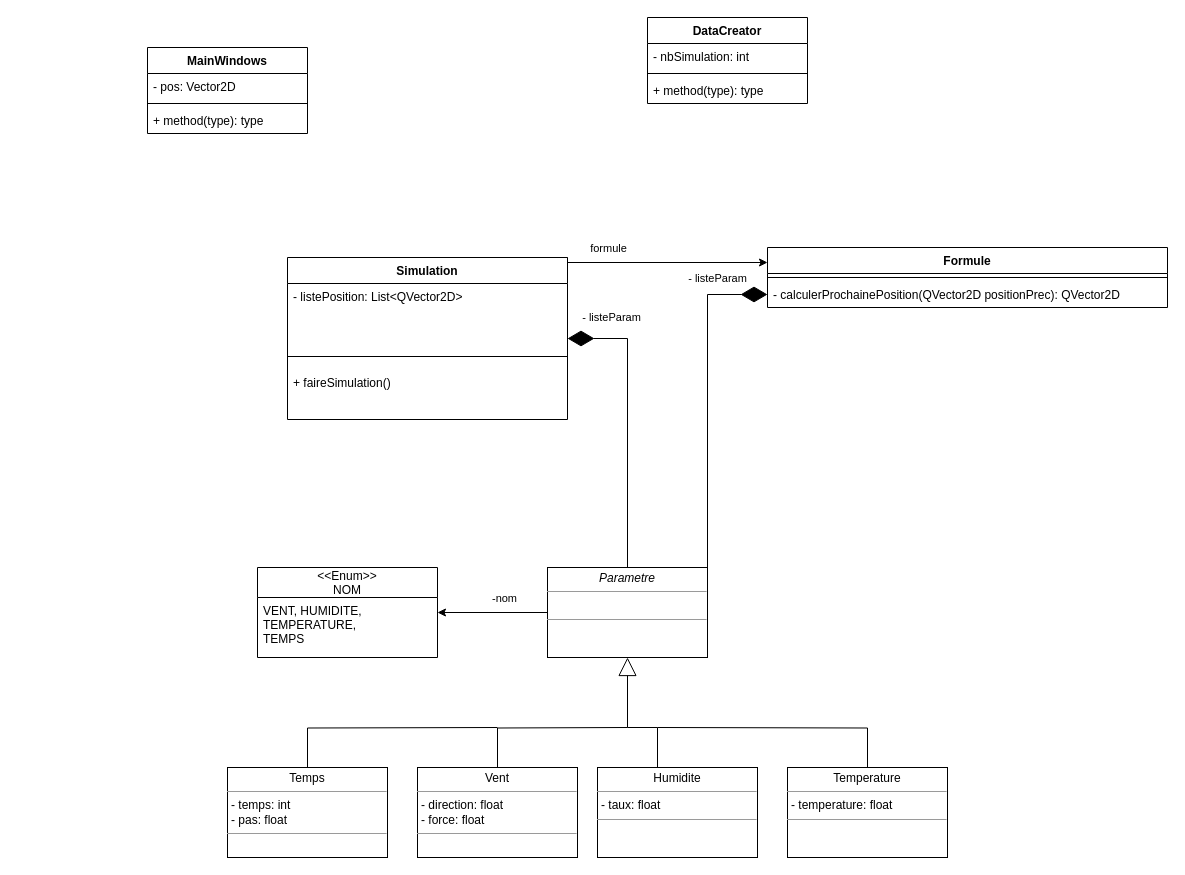
Earlier version of the draw.io diagram Documentation/diagrammeUML.drawio (ElisaDrouot/Projet_deuxieme_annee). Source tidied: cells renumbered, new cells numbered last; positions are measured from the earlier drawing's top-left corner, leaving out a move shared by most shapes. Both pictures are drawn from the tidied source at 100%, with x=0, y=0 at pixel (147, 17).
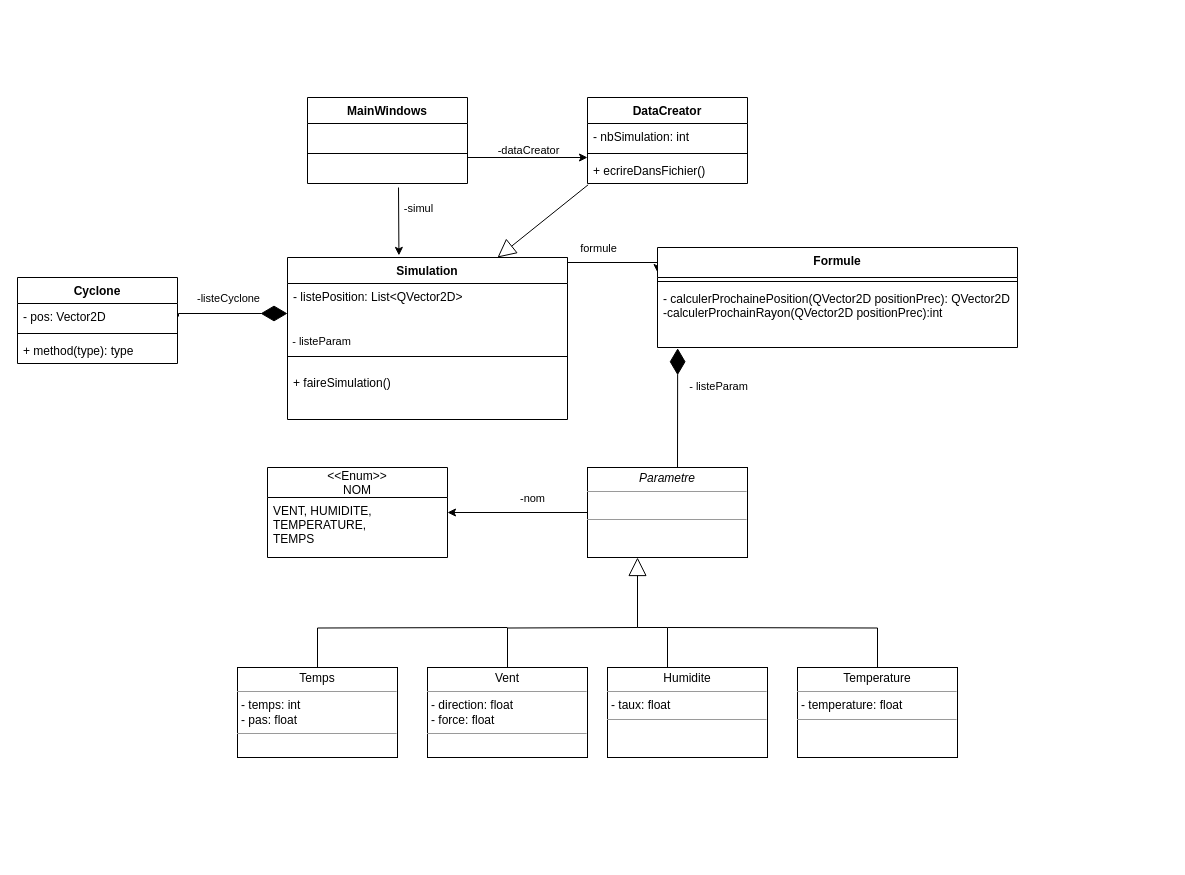
The same diagram, later.

Unchanged cells that the change refers to:
```xml
<mxCell id="2" style="edgeStyle=orthogonalEdgeStyle;rounded=0;jettySize=auto;html=1;exitX=1;exitY=0;exitDx=0;exitDy=0;entryX=0;entryY=0.25;entryDx=0;entryDy=0;" parent="1" edge="1" source="4" target="12">
  <mxGeometry relative="1" as="geometry">
    <Array as="points">
      <mxPoint x="420" y="245" />
    </Array>
  </mxGeometry>
</mxCell>
<mxCell id="4" value="Simulation" style="swimlane;fontStyle=1;align=center;verticalAlign=top;horizontal=1;startSize=26;" parent="1" vertex="1">
  <mxGeometry x="140" y="240" width="280" height="162" as="geometry" />
</mxCell>
<mxCell id="5" value="- listePosition: List&lt;QVector2D&gt;" style="text;strokeColor=none;fillColor=none;align=left;verticalAlign=top;spacingLeft=4;spacingRight=4;overflow=hidden;points=[[0,0.5],[1,0.5]];portConstraint=eastwest;" parent="4" vertex="1">
  <mxGeometry y="26" width="280" height="60" as="geometry" />
</mxCell>
```

Change to the diagram source:
```diff
@@
     <mxCell id="3" value="formule" style="edgeLabel;html=1;align=center;verticalAlign=middle;" parent="2" vertex="1">
       <mxGeometry x="-0.37" y="3" relative="1" as="geometry">
-        <mxPoint x="-20" y="-12" as="offset" />
+        <mxPoint x="2" y="-12" as="offset" />
       </mxGeometry>
     </mxCell>
@@
     <mxCell id="8" value="MainWindows" style="swimlane;fontStyle=1;align=center;verticalAlign=top;horizontal=1;startSize=26;" parent="1" vertex="1">
-      <mxGeometry y="30" width="160" height="86" as="geometry" />
+      <mxGeometry x="160" y="80" width="160" height="86" as="geometry" />
     </mxCell>
-    <mxCell id="9" value="- pos: Vector2D" style="text;strokeColor=none;fillColor=none;align=left;verticalAlign=top;spacingLeft=4;spacingRight=4;overflow=hidden;" parent="8" vertex="1">
+    <mxCell id="9" value=" " style="text;strokeColor=none;fillColor=none;align=left;verticalAlign=top;spacingLeft=4;spacingRight=4;overflow=hidden;" parent="8" vertex="1">
       <mxGeometry y="26" width="160" height="26" as="geometry" />
     </mxCell>
@@
-    <mxCell id="11" value="+ method(type): type" style="text;strokeColor=none;fillColor=none;align=left;verticalAlign=top;spacingLeft=4;spacingRight=4;overflow=hidden;" parent="8" vertex="1">
+    <mxCell id="11" value=" " style="text;strokeColor=none;fillColor=none;align=left;verticalAlign=top;spacingLeft=4;spacingRight=4;overflow=hidden;" parent="8" vertex="1">
       <mxGeometry y="60" width="160" height="26" as="geometry" />
     </mxCell>
-    <mxCell id="12" value="Formule" style="swimlane;fontStyle=1;align=center;verticalAlign=top;horizontal=1;startSize=26;" parent="1" vertex="1">
-      <mxGeometry x="620" y="230" width="400" height="60" as="geometry" />
+    <mxCell id="12" value="Formule" style="swimlane;fontStyle=1;align=center;verticalAlign=top;horizontal=1;startSize=30;" parent="1" vertex="1">
+      <mxGeometry x="510" y="230" width="360" height="100" as="geometry" />
     </mxCell>
     <mxCell id="13" style="line;strokeWidth=1;fillColor=none;align=left;verticalAlign=middle;spacingTop=-1;spacingLeft=3;spacingRight=3;labelPosition=right;" parent="12" vertex="1">
-      <mxGeometry y="26" width="400" height="8" as="geometry" />
+      <mxGeometry y="30" width="360" height="8" as="geometry" />
     </mxCell>
-    <mxCell id="14" value="- calculerProchainePosition(QVector2D positionPrec): QVector2D" style="text;strokeColor=none;fillColor=none;align=left;verticalAlign=top;spacingLeft=4;spacingRight=4;overflow=hidden;points=[[0,0.5],[1,0.5]];portConstraint=eastwest;" parent="12" vertex="1">
-      <mxGeometry y="34" width="400" height="26" as="geometry" />
+    <mxCell id="14" value="- calculerProchainePosition(QVector2D positionPrec): QVector2D&#10;-calculerProchainRayon(QVector2D positionPrec):int" style="text;strokeColor=none;fillColor=none;align=left;verticalAlign=top;spacingLeft=4;spacingRight=4;overflow=hidden;points=[[0,0.5],[1,0.5]];portConstraint=eastwest;" parent="12" vertex="1">
+      <mxGeometry y="38" width="360" height="62" as="geometry" />
     </mxCell>
     <mxCell id="15" value="&#10;&lt;&lt;Enum&gt;&gt;&#10;NOM&#10;" style="swimlane;fontStyle=0;horizontal=1;startSize=30;fillColor=none;" parent="1" vertex="1">
-      <mxGeometry x="110" y="550" width="180" height="90" as="geometry" />
+      <mxGeometry x="120" y="450" width="180" height="90" as="geometry" />
     </mxCell>
@@
     <mxCell id="19" value="&lt;p style=&quot;margin:0px;margin-top:4px;text-align:center;&quot;&gt;&lt;i&gt;Parametre&lt;/i&gt;&lt;/p&gt;&lt;hr size=&quot;1&quot;&gt;&lt;p style=&quot;margin:0px;margin-left:4px;&quot;&gt;&lt;br&gt;&lt;/p&gt;&lt;hr size=&quot;1&quot;&gt;&lt;p style=&quot;margin:0px;margin-left:4px;&quot;&gt;&lt;br&gt;&lt;/p&gt;" style="verticalAlign=top;align=left;overflow=fill;fontSize=12;fontFamily=Helvetica;html=1;" parent="1" vertex="1">
-      <mxGeometry x="400" y="550" width="160" height="90" as="geometry" />
+      <mxGeometry x="440" y="450" width="160" height="90" as="geometry" />
     </mxCell>
     <mxCell id="20" value="&lt;p style=&quot;margin:0px;margin-top:4px;text-align:center;&quot;&gt;Vent&lt;/p&gt;&lt;hr size=&quot;1&quot;&gt;&lt;p style=&quot;margin:0px;margin-left:4px;&quot;&gt;- direction: float&lt;/p&gt;&lt;p style=&quot;margin:0px;margin-left:4px;&quot;&gt;- force: float&lt;/p&gt;&lt;hr size=&quot;1&quot;&gt;&lt;p style=&quot;margin:0px;margin-left:4px;&quot;&gt;&lt;br&gt;&lt;/p&gt;" style="verticalAlign=top;align=left;overflow=fill;fontSize=12;fontFamily=Helvetica;html=1;" parent="1" vertex="1">
-      <mxGeometry x="270" y="750" width="160" height="90" as="geometry" />
+      <mxGeometry x="280" y="650" width="160" height="90" as="geometry" />
     </mxCell>
     <mxCell id="21" value="&lt;p style=&quot;margin:0px;margin-top:4px;text-align:center;&quot;&gt;Humidite&lt;/p&gt;&lt;hr size=&quot;1&quot;&gt;&lt;p style=&quot;margin:0px;margin-left:4px;&quot;&gt;- taux: float&lt;/p&gt;&lt;hr size=&quot;1&quot;&gt;&lt;p style=&quot;margin:0px;margin-left:4px;&quot;&gt;&lt;br&gt;&lt;/p&gt;" style="verticalAlign=top;align=left;overflow=fill;fontSize=12;fontFamily=Helvetica;html=1;" parent="1" vertex="1">
-      <mxGeometry x="450" y="750" width="160" height="90" as="geometry" />
+      <mxGeometry x="460" y="650" width="160" height="90" as="geometry" />
     </mxCell>
     <mxCell id="22" value="&lt;p style=&quot;margin:0px;margin-top:4px;text-align:center;&quot;&gt;Temperature&lt;/p&gt;&lt;hr size=&quot;1&quot;&gt;&lt;p style=&quot;margin:0px;margin-left:4px;&quot;&gt;- temperature: float&lt;/p&gt;&lt;hr size=&quot;1&quot;&gt;&lt;p style=&quot;margin:0px;margin-left:4px;&quot;&gt;&lt;br&gt;&lt;/p&gt;" style="verticalAlign=top;align=left;overflow=fill;fontSize=12;fontFamily=Helvetica;html=1;" parent="1" vertex="1">
-      <mxGeometry x="640" y="750" width="160" height="90" as="geometry" />
+      <mxGeometry x="650" y="650" width="160" height="90" as="geometry" />
     </mxCell>
     <mxCell id="23" style="endArrow=block;endSize=16;endFill=0;html=1;rounded=0;edgeStyle=orthogonalEdgeStyle;" parent="1" edge="1" target="19">
       <mxGeometry relative="1" as="geometry">
-        <mxPoint x="510" y="750" as="sourcePoint" />
+        <mxPoint x="520" y="650" as="sourcePoint" />
         <Array as="points">
-          <mxPoint x="510" y="710" />
-          <mxPoint x="480" y="710" />
+          <mxPoint x="520" y="610" />
+          <mxPoint x="490" y="610" />
         </Array>
       </mxGeometry>
     </mxCell>
-    <mxCell id="24" style="endArrow=diamondThin;endFill=1;endSize=24;html=1;rounded=0;entryX=1;entryY=0.5;entryDx=0;entryDy=0;exitX=0.5;exitY=0;exitDx=0;exitDy=0;edgeStyle=orthogonalEdgeStyle;" parent="1" edge="1" source="19" target="4">
-      <mxGeometry relative="1" as="geometry" />
-    </mxCell>
-    <mxCell id="25" value="- listeParam" style="edgeLabel;html=1;align=center;verticalAlign=middle;" parent="24" vertex="1">
-      <mxGeometry x="0.84" y="2" relative="1" as="geometry">
-        <mxPoint x="20" y="-24" as="offset" />
-      </mxGeometry>
-    </mxCell>
     <mxCell id="26" value="&lt;p style=&quot;margin:0px;margin-top:4px;text-align:center;&quot;&gt;Temps&lt;/p&gt;&lt;hr size=&quot;1&quot;&gt;&lt;p style=&quot;margin:0px;margin-left:4px;&quot;&gt;- temps: int&lt;/p&gt;&lt;p style=&quot;margin:0px;margin-left:4px;&quot;&gt;- pas: float&lt;/p&gt;&lt;hr size=&quot;1&quot;&gt;&lt;p style=&quot;margin:0px;margin-left:4px;&quot;&gt;&lt;br&gt;&lt;/p&gt;" style="verticalAlign=top;align=left;overflow=fill;fontSize=12;fontFamily=Helvetica;html=1;" parent="1" vertex="1">
-      <mxGeometry x="80" y="750" width="160" height="90" as="geometry" />
+      <mxGeometry x="90" y="650" width="160" height="90" as="geometry" />
     </mxCell>
     <mxCell id="27" style="endArrow=none;html=1;rounded=0;entryX=0.5;entryY=0;entryDx=0;entryDy=0;edgeStyle=orthogonalEdgeStyle;" parent="1" edge="1" target="22">
       <mxGeometry relative="1" as="geometry">
-        <mxPoint x="510" y="710" as="sourcePoint" />
+        <mxPoint x="520" y="610" as="sourcePoint" />
       </mxGeometry>
     </mxCell>
     <mxCell id="28" style="endArrow=none;html=1;rounded=0;entryX=0.5;entryY=0;entryDx=0;entryDy=0;edgeStyle=orthogonalEdgeStyle;" parent="1" edge="1" target="20">
       <mxGeometry relative="1" as="geometry">
-        <mxPoint x="480" y="710" as="sourcePoint" />
+        <mxPoint x="490" y="610" as="sourcePoint" />
       </mxGeometry>
     </mxCell>
     <mxCell id="29" style="endArrow=none;html=1;rounded=0;entryX=0.5;entryY=0;entryDx=0;entryDy=0;edgeStyle=orthogonalEdgeStyle;" parent="1" edge="1" target="26">
       <mxGeometry relative="1" as="geometry">
-        <mxPoint x="350" y="710" as="sourcePoint" />
+        <mxPoint x="360" y="610" as="sourcePoint" />
       </mxGeometry>
     </mxCell>
-    <mxCell id="30" style="endArrow=diamondThin;endFill=1;endSize=24;html=1;rounded=0;entryX=0;entryY=0.5;entryDx=0;entryDy=0;exitX=1;exitY=0;exitDx=0;exitDy=0;edgeStyle=orthogonalEdgeStyle;" parent="1" edge="1" source="19" target="14">
-      <mxGeometry relative="1" as="geometry">
-        <Array as="points">
-          <mxPoint x="560" y="277" />
-        </Array>
-      </mxGeometry>
-    </mxCell>
-    <mxCell id="31" value="- listeParam" style="edgeLabel;html=1;align=center;verticalAlign=middle;" parent="30" vertex="1">
-      <mxGeometry x="0.84" y="2" relative="1" as="geometry">
-        <mxPoint x="-24" y="-15" as="offset" />
-      </mxGeometry>
-    </mxCell>
     <mxCell id="32" value="DataCreator" style="swimlane;fontStyle=1;align=center;verticalAlign=top;horizontal=1;startSize=26;" parent="1" vertex="1">
-      <mxGeometry x="500" width="160" height="86" as="geometry" />
+      <mxGeometry x="440" y="80" width="160" height="86" as="geometry" />
     </mxCell>
@@
-    <mxCell id="35" value="+ method(type): type" style="text;strokeColor=none;fillColor=none;align=left;verticalAlign=top;spacingLeft=4;spacingRight=4;overflow=hidden;points=[[0,0.5],[1,0.5]];portConstraint=eastwest;" parent="32" vertex="1">
+    <mxCell id="35" value="+ ecrireDansFichier()" style="text;strokeColor=none;fillColor=none;align=left;verticalAlign=top;spacingLeft=4;spacingRight=4;overflow=hidden;points=[[0,0.5],[1,0.5]];portConstraint=eastwest;" parent="32" vertex="1">
       <mxGeometry y="60" width="160" height="26" as="geometry" />
     </mxCell>
+    <mxCell id="36" value="Cyclone" style="swimlane;fontStyle=1;align=center;verticalAlign=top;horizontal=1;startSize=26;" parent="1" vertex="1">
+      <mxGeometry x="-130" y="260" width="160" height="86" as="geometry" />
+    </mxCell>
+    <mxCell id="37" value="- pos: Vector2D" style="text;strokeColor=none;fillColor=none;align=left;verticalAlign=top;spacingLeft=4;spacingRight=4;overflow=hidden;" parent="36" vertex="1">
+      <mxGeometry y="26" width="160" height="26" as="geometry" />
+    </mxCell>
+    <mxCell id="38" style="line;strokeWidth=1;fillColor=none;align=left;verticalAlign=middle;spacingTop=-1;spacingLeft=3;spacingRight=3;labelPosition=right;" parent="36" vertex="1">
+      <mxGeometry y="52" width="160" height="8" as="geometry" />
+    </mxCell>
+    <mxCell id="39" value="+ method(type): type" style="text;strokeColor=none;fillColor=none;align=left;verticalAlign=top;spacingLeft=4;spacingRight=4;overflow=hidden;" parent="36" vertex="1">
+      <mxGeometry y="60" width="160" height="26" as="geometry" />
+    </mxCell>
+    <mxCell id="40" style="endArrow=diamondThin;endFill=1;endSize=24;html=1;rounded=0;entryX=0.056;entryY=1.012;entryDx=0;entryDy=0;edgeStyle=orthogonalEdgeStyle;entryPerimeter=0;" parent="1" edge="1" target="14">
+      <mxGeometry relative="1" as="geometry">
+        <mxPoint x="530" y="450" as="sourcePoint" />
+        <Array as="points">
+          <mxPoint x="530" y="450" />
+        </Array>
+      </mxGeometry>
+    </mxCell>
+    <mxCell id="41" value="- listeParam" style="edgeLabel;html=1;align=center;verticalAlign=middle;" parent="40" vertex="1">
+      <mxGeometry x="0.84" y="2" relative="1" as="geometry">
+        <mxPoint x="42" y="29" as="offset" />
+      </mxGeometry>
+    </mxCell>
+    <mxCell id="42" style="endArrow=block;endSize=16;endFill=0;html=1;rounded=0;entryX=0.75;entryY=0;entryDx=0;entryDy=0;exitX=0.004;exitY=1.05;exitDx=0;exitDy=0;exitPerimeter=0;" parent="1" edge="1" source="35" target="4">
+      <mxGeometry relative="1" as="geometry" />
+    </mxCell>
+    <mxCell id="43" style="edgeStyle=orthogonalEdgeStyle;rounded=0;jettySize=auto;html=1;entryX=0.398;entryY=-0.013;entryDx=0;entryDy=0;entryPerimeter=0;" parent="1" edge="1" target="4">
+      <mxGeometry relative="1" as="geometry">
+        <mxPoint x="251" y="170" as="sourcePoint" />
+        <Array as="points">
+          <mxPoint x="251" y="170" />
+        </Array>
+      </mxGeometry>
+    </mxCell>
+    <mxCell id="44" value="-simul" style="edgeLabel;html=1;align=center;verticalAlign=middle;" parent="43" vertex="1">
+      <mxGeometry x="-0.23" y="-4" relative="1" as="geometry">
+        <mxPoint x="23" y="-6" as="offset" />
+      </mxGeometry>
+    </mxCell>
+    <mxCell id="45" style="edgeStyle=orthogonalEdgeStyle;rounded=0;orthogonalLoop=1;jettySize=auto;html=1;" parent="1" edge="1">
+      <mxGeometry relative="1" as="geometry">
+        <mxPoint x="320" y="140" as="sourcePoint" />
+        <mxPoint x="440" y="140" as="targetPoint" />
+        <Array as="points">
+          <mxPoint x="320" y="140" />
+          <mxPoint x="440" y="140" />
+        </Array>
+      </mxGeometry>
+    </mxCell>
+    <mxCell id="46" value="-dataCreator" style="edgeLabel;html=1;align=center;verticalAlign=middle;" parent="45" vertex="1">
+      <mxGeometry x="-0.23" y="-4" relative="1" as="geometry">
+        <mxPoint x="14" y="-12" as="offset" />
+      </mxGeometry>
+    </mxCell>
+    <mxCell id="47" style="endArrow=diamondThin;endFill=1;endSize=24;html=1;rounded=0;entryX=0;entryY=0.5;entryDx=0;entryDy=0;edgeStyle=orthogonalEdgeStyle;" parent="1" edge="1" target="5">
+      <mxGeometry relative="1" as="geometry">
+        <mxPoint x="31" y="299" as="sourcePoint" />
+        <Array as="points">
+          <mxPoint x="31" y="296" />
+        </Array>
+      </mxGeometry>
+    </mxCell>
+    <mxCell id="48" value="- listeParam" style="edgeLabel;html=1;align=center;verticalAlign=middle;" parent="47" vertex="1">
+      <mxGeometry x="0.84" y="2" relative="1" as="geometry">
+        <mxPoint x="42" y="29" as="offset" />
+      </mxGeometry>
+    </mxCell>
+    <mxCell id="49" value="-listeCyclone" style="edgeLabel;html=1;align=center;verticalAlign=middle;" parent="47" vertex="1">
+      <mxGeometry x="0.27" y="1" relative="1" as="geometry">
+        <mxPoint x="-19" y="-15" as="offset" />
+      </mxGeometry>
+    </mxCell>
```
